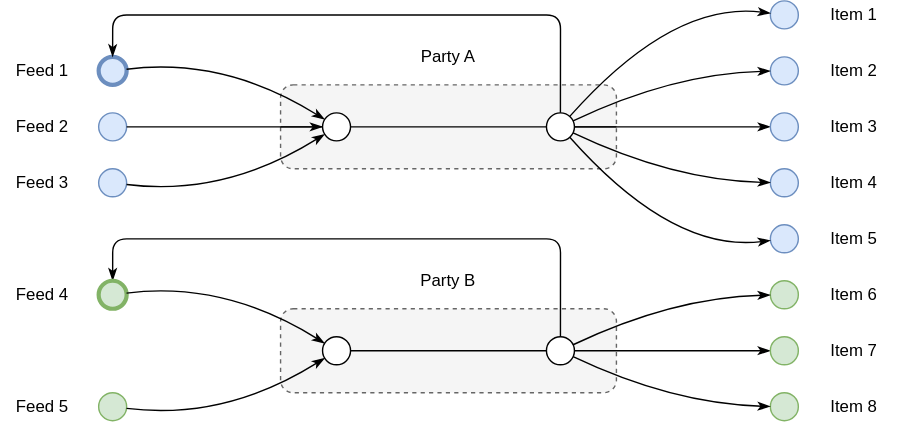
Before: docs/content/diagrams/flow.svg, a diagram exported from draw.io (dxos/dxos). Source tidied: cells renumbered, new cells last; positions are measured from the earlier drawing's top-left corner, leaving out a move shared by most shapes.
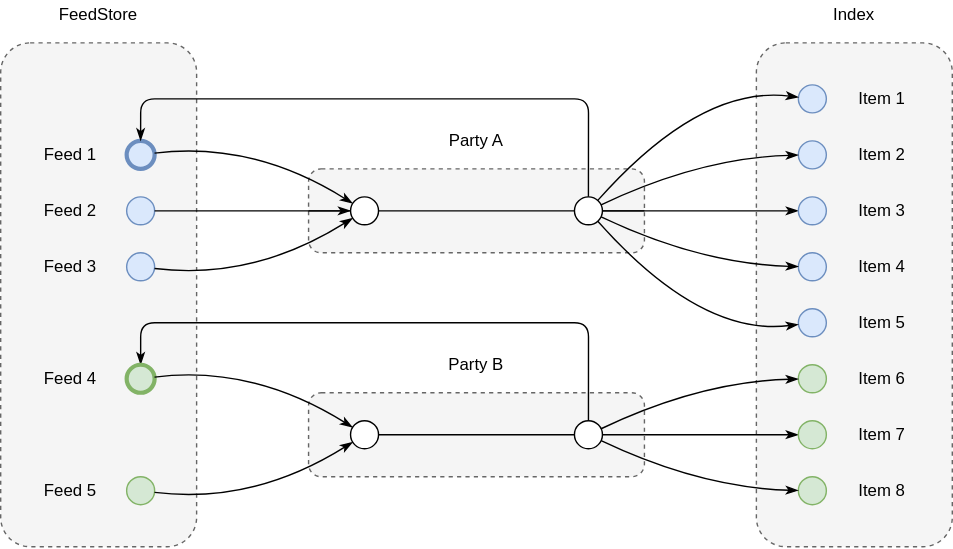
Later version of the same file.

Diff of the diagram source:
```diff
@@ -2,6 +2,12 @@
   <root>
     <mxCell id="0" />
     <mxCell id="1" parent="0" />
+    <mxCell id="55" style="rounded=1;whiteSpace=wrap;html=1;dashed=1;fillColor=#f5f5f5;strokeColor=#666666;fontColor=#333333;" parent="1" vertex="1">
+      <mxGeometry x="-20" y="-30" width="140" height="360" as="geometry" />
+    </mxCell>
+    <mxCell id="56" style="rounded=1;whiteSpace=wrap;html=1;dashed=1;fillColor=#f5f5f5;strokeColor=#666666;fontColor=#333333;" parent="1" vertex="1">
+      <mxGeometry x="520" y="-30" width="140" height="360" as="geometry" />
+    </mxCell>
     <mxCell id="2" style="rounded=1;whiteSpace=wrap;html=1;dashed=1;fillColor=#f5f5f5;strokeColor=#666666;fontColor=#333333;" parent="1" vertex="1">
       <mxGeometry x="200" y="60" width="240" height="60" as="geometry" />
     </mxCell>
@@ -157,19 +163,19 @@
         </Array>
       </mxGeometry>
     </mxCell>
-    <mxCell id="38" value="Feed 1" style="rounded=0;whiteSpace=wrap;html=1;strokeColor=none;" parent="1" vertex="1">
+    <mxCell id="38" value="Feed 1" style="rounded=0;whiteSpace=wrap;html=1;strokeColor=none;fillColor=none;" parent="1" vertex="1">
       <mxGeometry y="40" width="60" height="20" as="geometry" />
     </mxCell>
-    <mxCell id="39" value="Feed 2" style="rounded=0;whiteSpace=wrap;html=1;strokeColor=none;" parent="1" vertex="1">
+    <mxCell id="39" value="Feed 2" style="rounded=0;whiteSpace=wrap;html=1;strokeColor=none;fillColor=none;" parent="1" vertex="1">
       <mxGeometry y="80" width="60" height="20" as="geometry" />
     </mxCell>
-    <mxCell id="40" value="Feed 3" style="rounded=0;whiteSpace=wrap;html=1;strokeColor=none;" parent="1" vertex="1">
+    <mxCell id="40" value="Feed 3" style="rounded=0;whiteSpace=wrap;html=1;strokeColor=none;fillColor=none;" parent="1" vertex="1">
       <mxGeometry y="120" width="60" height="20" as="geometry" />
     </mxCell>
-    <mxCell id="41" value="Feed 4" style="rounded=0;whiteSpace=wrap;html=1;strokeColor=none;" parent="1" vertex="1">
+    <mxCell id="41" value="Feed 4" style="rounded=0;whiteSpace=wrap;html=1;strokeColor=none;fillColor=none;" parent="1" vertex="1">
       <mxGeometry y="200" width="60" height="20" as="geometry" />
     </mxCell>
-    <mxCell id="42" value="Feed 5" style="rounded=0;whiteSpace=wrap;html=1;strokeColor=none;" parent="1" vertex="1">
+    <mxCell id="42" value="Feed 5" style="rounded=0;whiteSpace=wrap;html=1;strokeColor=none;fillColor=none;" parent="1" vertex="1">
       <mxGeometry y="280" width="60" height="20" as="geometry" />
     </mxCell>
     <mxCell id="43" value="Party A" style="rounded=0;whiteSpace=wrap;html=1;strokeColor=none;" parent="1" vertex="1">
@@ -178,28 +184,28 @@
     <mxCell id="44" value="Party B" style="rounded=0;whiteSpace=wrap;html=1;strokeColor=none;" parent="1" vertex="1">
       <mxGeometry x="280" y="190" width="80" height="20" as="geometry" />
     </mxCell>
-    <mxCell id="45" value="Item 1" style="rounded=0;whiteSpace=wrap;html=1;strokeColor=none;" parent="1" vertex="1">
+    <mxCell id="45" value="Item 1" style="rounded=0;whiteSpace=wrap;html=1;strokeColor=none;fillColor=none;" parent="1" vertex="1">
       <mxGeometry x="580" width="60" height="20" as="geometry" />
     </mxCell>
-    <mxCell id="46" value="Item 2" style="rounded=0;whiteSpace=wrap;html=1;strokeColor=none;" parent="1" vertex="1">
+    <mxCell id="46" value="Item 2" style="rounded=0;whiteSpace=wrap;html=1;strokeColor=none;fillColor=none;" parent="1" vertex="1">
       <mxGeometry x="580" y="40" width="60" height="20" as="geometry" />
     </mxCell>
-    <mxCell id="47" value="Item 3" style="rounded=0;whiteSpace=wrap;html=1;strokeColor=none;" parent="1" vertex="1">
+    <mxCell id="47" value="Item 3" style="rounded=0;whiteSpace=wrap;html=1;strokeColor=none;fillColor=none;" parent="1" vertex="1">
       <mxGeometry x="580" y="80" width="60" height="20" as="geometry" />
     </mxCell>
-    <mxCell id="48" value="Item 4" style="rounded=0;whiteSpace=wrap;html=1;strokeColor=none;" parent="1" vertex="1">
+    <mxCell id="48" value="Item 4" style="rounded=0;whiteSpace=wrap;html=1;strokeColor=none;fillColor=none;" parent="1" vertex="1">
       <mxGeometry x="580" y="120" width="60" height="20" as="geometry" />
     </mxCell>
-    <mxCell id="49" value="Item 5" style="rounded=0;whiteSpace=wrap;html=1;strokeColor=none;" parent="1" vertex="1">
+    <mxCell id="49" value="Item 5" style="rounded=0;whiteSpace=wrap;html=1;strokeColor=none;fillColor=none;" parent="1" vertex="1">
       <mxGeometry x="580" y="160" width="60" height="20" as="geometry" />
     </mxCell>
-    <mxCell id="50" value="Item 6" style="rounded=0;whiteSpace=wrap;html=1;strokeColor=none;" parent="1" vertex="1">
+    <mxCell id="50" value="Item 6" style="rounded=0;whiteSpace=wrap;html=1;strokeColor=none;fillColor=none;" parent="1" vertex="1">
       <mxGeometry x="580" y="200" width="60" height="20" as="geometry" />
     </mxCell>
-    <mxCell id="51" value="Item 7" style="rounded=0;whiteSpace=wrap;html=1;strokeColor=none;" parent="1" vertex="1">
+    <mxCell id="51" value="Item 7" style="rounded=0;whiteSpace=wrap;html=1;strokeColor=none;fillColor=none;" parent="1" vertex="1">
       <mxGeometry x="580" y="240" width="60" height="20" as="geometry" />
     </mxCell>
-    <mxCell id="52" value="Item 8" style="rounded=0;whiteSpace=wrap;html=1;strokeColor=none;" parent="1" vertex="1">
+    <mxCell id="52" value="Item 8" style="rounded=0;whiteSpace=wrap;html=1;strokeColor=none;fillColor=none;" parent="1" vertex="1">
       <mxGeometry x="580" y="280" width="60" height="20" as="geometry" />
     </mxCell>
     <mxCell id="53" style="endArrow=none;html=1;" parent="1" edge="1" source="10">
@@ -217,5 +223,11 @@
         </Array>
       </mxGeometry>
     </mxCell>
+    <mxCell id="57" value="FeedStore" style="rounded=0;whiteSpace=wrap;html=1;strokeColor=none;" parent="1" vertex="1">
+      <mxGeometry x="-20" y="-60" width="140" height="20" as="geometry" />
+    </mxCell>
+    <mxCell id="58" value="Index" style="rounded=0;whiteSpace=wrap;html=1;strokeColor=none;" parent="1" vertex="1">
+      <mxGeometry x="520" y="-60" width="140" height="20" as="geometry" />
+    </mxCell>
   </root>
 </mxGraphModel>
```
